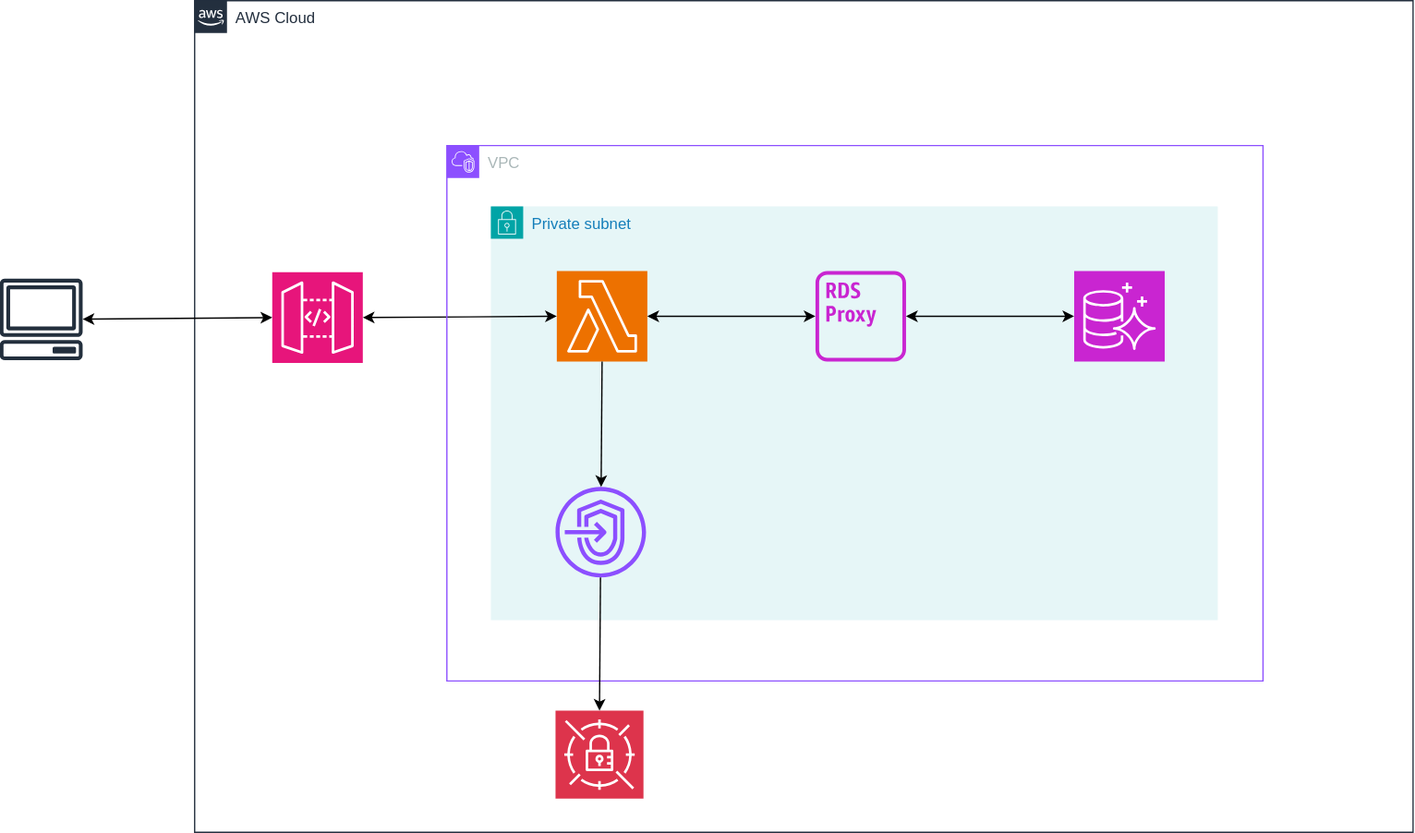
This is docks/system-diagram.drawio.svg from shomakobayashi/cdk-aurora-project, a draw.io export, as it was before one commit. Source tidied: cells renumbered, new cells last; positions are measured from the earlier drawing's top-left corner, leaving out a move shared by most shapes.
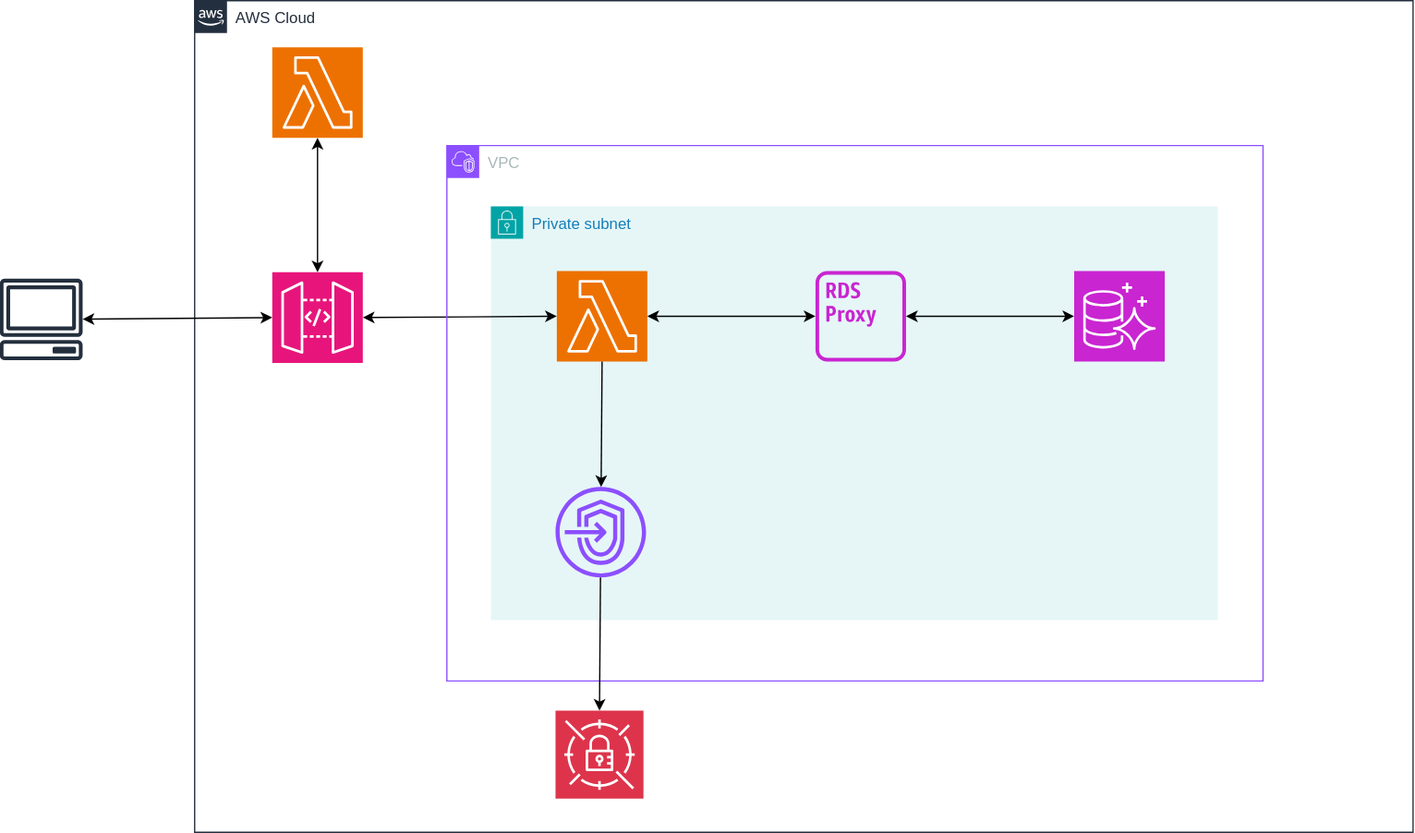
After the commit.

Change to the diagram source:
```diff
@@ -32,6 +32,12 @@
     <mxCell id="11" style="sketch=0;points=[[0,0,0],[0.25,0,0],[0.5,0,0],[0.75,0,0],[1,0,0],[0,1,0],[0.25,1,0],[0.5,1,0],[0.75,1,0],[1,1,0],[0,0.25,0],[0,0.5,0],[0,0.75,0],[1,0.25,0],[1,0.5,0],[1,0.75,0]];outlineConnect=0;fontColor=#232F3E;fillColor=#DD344C;strokeColor=#ffffff;dashed=0;verticalLabelPosition=bottom;verticalAlign=top;align=center;html=1;fontSize=12;fontStyle=0;shape=mxgraph.aws4.resourceIcon;resIcon=mxgraph.aws4.secrets_manager;" parent="3" vertex="1">
       <mxGeometry x="279" y="549" width="68" height="68" as="geometry" />
     </mxCell>
+    <mxCell id="18" style="sketch=0;points=[[0,0,0],[0.25,0,0],[0.5,0,0],[0.75,0,0],[1,0,0],[0,1,0],[0.25,1,0],[0.5,1,0],[0.75,1,0],[1,1,0],[0,0.25,0],[0,0.5,0],[0,0.75,0],[1,0.25,0],[1,0.5,0],[1,0.75,0]];outlineConnect=0;fontColor=#232F3E;fillColor=#ED7100;strokeColor=#ffffff;dashed=0;verticalLabelPosition=bottom;verticalAlign=top;align=center;html=1;fontSize=12;fontStyle=0;shape=mxgraph.aws4.resourceIcon;resIcon=mxgraph.aws4.lambda;" parent="3" vertex="1">
+      <mxGeometry x="60" y="36" width="70" height="70" as="geometry" />
+    </mxCell>
+    <mxCell id="19" style="edgeStyle=none;html=1;exitX=0.5;exitY=0;exitDx=0;exitDy=0;exitPerimeter=0;entryX=0.5;entryY=1;entryDx=0;entryDy=0;entryPerimeter=0;startArrow=classic;startFill=1;" parent="3" edge="1" source="4" target="18">
+      <mxGeometry relative="1" as="geometry" />
+    </mxCell>
     <mxCell id="12" style="sketch=0;outlineConnect=0;fontColor=#232F3E;gradientColor=none;fillColor=#232F3D;strokeColor=none;dashed=0;verticalLabelPosition=bottom;verticalAlign=top;align=center;html=1;fontSize=12;fontStyle=0;shape=mxgraph.aws4.client;" parent="1" vertex="1">
       <mxGeometry y="215" width="64.7" height="63" as="geometry" />
     </mxCell>
```
